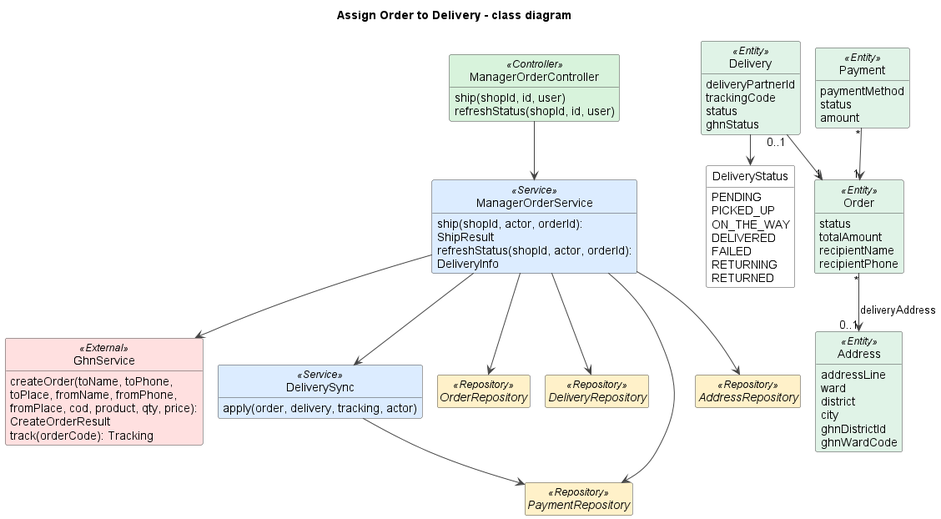
The PlantUML diagram docs/diagrams/06-assign-order-to-delivery-class.png in duckpao/FlowerShop_SWP391, before a commit. Source of this version:
```plantuml
@startuml
!pragma layout smetana
title Assign Order to Delivery - class diagram
skinparam shadowing false
skinparam defaultFontName Arial
skinparam wrapWidth 240
skinparam ArrowColor #444444
skinparam classAttributeIconSize 0
skinparam nodesep 45
skinparam ranksep 50
skinparam class {
  BackgroundColor #FFFFFF
  BorderColor #444444
  BackgroundColor<<View>> #EADCFF
  BackgroundColor<<Controller>> #D8F3DC
  BackgroundColor<<Service>> #DCECFF
  BackgroundColor<<Repository>> #FFF1C9
  BackgroundColor<<Entity>> #E0F3E7
  BackgroundColor<<External>> #FFE0E0
}
hide empty members
hide circle

class ManagerOrderController <<Controller>> {
  ship(shopId, id, user)
  refreshStatus(shopId, id, user)
}
class ManagerOrderService <<Service>> {
  ship(shopId, actor, orderId): ShipResult
  refreshStatus(shopId, actor, orderId): DeliveryInfo
}
class GhnService <<External>> {
  createOrder(toName, toPhone, toPlace, fromName, fromPhone, fromPlace, cod, product, qty, price): CreateOrderResult
  track(orderCode): Tracking
}
class DeliverySync <<Service>> {
  apply(order, delivery, tracking, actor)
}
interface OrderRepository <<Repository>>
interface DeliveryRepository <<Repository>>
interface PaymentRepository <<Repository>>
interface AddressRepository <<Repository>>
class Order <<Entity>> {
  status
  totalAmount
  recipientName
  recipientPhone
}
class Delivery <<Entity>> {
  deliveryPartnerId
  trackingCode
  status
  ghnStatus
}
class Payment <<Entity>> {
  paymentMethod
  status
  amount
}
class Address <<Entity>> {
  addressLine
  ward
  district
  city
  ghnDistrictId
  ghnWardCode
}
enum DeliveryStatus {
  PENDING
  PICKED_UP
  ON_THE_WAY
  DELIVERED
  FAILED
  RETURNING
  RETURNED
}

ManagerOrderController --> ManagerOrderService
ManagerOrderService --> GhnService
ManagerOrderService --> DeliverySync
ManagerOrderService --> OrderRepository
ManagerOrderService --> DeliveryRepository
ManagerOrderService --> PaymentRepository
ManagerOrderService --> AddressRepository
DeliverySync --> PaymentRepository
Delivery "0..1" --> "1" Order
Payment "*" --> "1" Order
Order "*" --> "0..1" Address : deliveryAddress
Delivery --> DeliveryStatus

@enduml
```
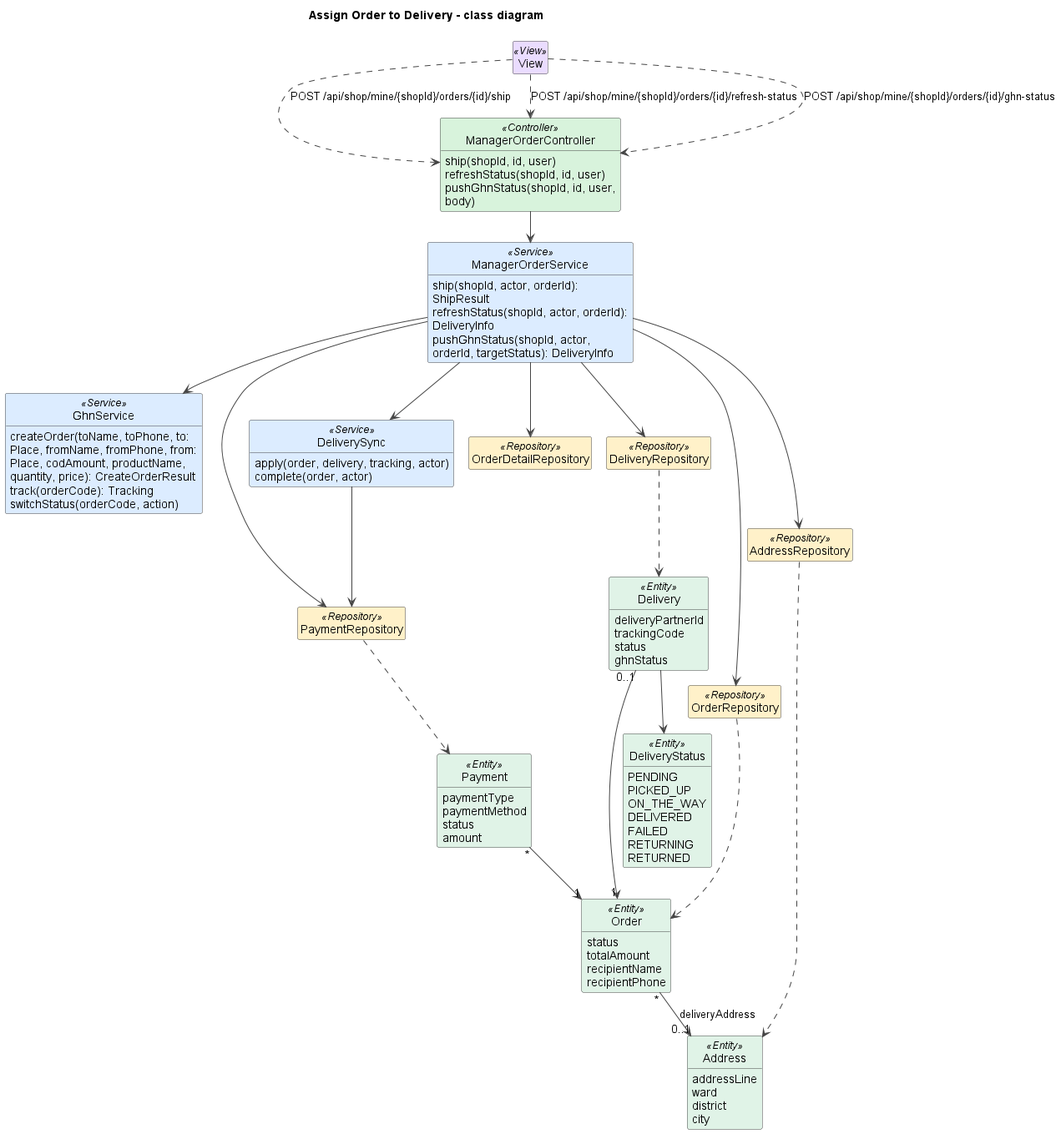
After the change.

The edit, as a diff of the source:
```diff
@@ -1,6 +1,6 @@
 @startuml
+title Assign Order to Delivery - class diagram
 !pragma layout smetana
-title Assign Order to Delivery - class diagram
 skinparam shadowing false
 skinparam defaultFontName Arial
 skinparam wrapWidth 240
@@ -16,30 +16,39 @@
   BackgroundColor<<Service>> #DCECFF
   BackgroundColor<<Repository>> #FFF1C9
   BackgroundColor<<Entity>> #E0F3E7
+  BackgroundColor<<DTO>> #FCE7F3
+  BackgroundColor<<Scheduler>> #FFE8CC
   BackgroundColor<<External>> #FFE0E0
 }
 hide empty members
 hide circle
 
+class View <<View>>
+
 class ManagerOrderController <<Controller>> {
   ship(shopId, id, user)
   refreshStatus(shopId, id, user)
+  pushGhnStatus(shopId, id, user, body)
 }
 class ManagerOrderService <<Service>> {
   ship(shopId, actor, orderId): ShipResult
   refreshStatus(shopId, actor, orderId): DeliveryInfo
+  pushGhnStatus(shopId, actor, orderId, targetStatus): DeliveryInfo
 }
-class GhnService <<External>> {
-  createOrder(toName, toPhone, toPlace, fromName, fromPhone, fromPlace, cod, product, qty, price): CreateOrderResult
+class GhnService <<Service>> {
+  createOrder(toName, toPhone, to: Place, fromName, fromPhone, from: Place, codAmount, productName, quantity, price): CreateOrderResult
   track(orderCode): Tracking
+  switchStatus(orderCode, action)
 }
 class DeliverySync <<Service>> {
   apply(order, delivery, tracking, actor)
+  complete(order, actor)
 }
-interface OrderRepository <<Repository>>
-interface DeliveryRepository <<Repository>>
-interface PaymentRepository <<Repository>>
-interface AddressRepository <<Repository>>
+class OrderRepository <<Repository>>
+class OrderDetailRepository <<Repository>>
+class DeliveryRepository <<Repository>>
+class PaymentRepository <<Repository>>
+class AddressRepository <<Repository>>
 class Order <<Entity>> {
   status
   totalAmount
@@ -53,6 +62,7 @@
   ghnStatus
 }
 class Payment <<Entity>> {
+  paymentType
   paymentMethod
   status
   amount
@@ -62,10 +72,8 @@
   ward
   district
   city
-  ghnDistrictId
-  ghnWardCode
 }
-enum DeliveryStatus {
+enum DeliveryStatus <<Entity>> {
   PENDING
   PICKED_UP
   ON_THE_WAY
@@ -75,14 +83,22 @@
   RETURNED
 }
 
+View ..> ManagerOrderController : POST /api/shop/mine/{shopId}/orders/{id}/ship
+View ..> ManagerOrderController : POST /api/shop/mine/{shopId}/orders/{id}/refresh-status
+View ..> ManagerOrderController : POST /api/shop/mine/{shopId}/orders/{id}/ghn-status
 ManagerOrderController --> ManagerOrderService
 ManagerOrderService --> GhnService
 ManagerOrderService --> DeliverySync
 ManagerOrderService --> OrderRepository
+ManagerOrderService --> OrderDetailRepository
 ManagerOrderService --> DeliveryRepository
 ManagerOrderService --> PaymentRepository
 ManagerOrderService --> AddressRepository
 DeliverySync --> PaymentRepository
+OrderRepository ..> Order
+DeliveryRepository ..> Delivery
+PaymentRepository ..> Payment
+AddressRepository ..> Address
 Delivery "0..1" --> "1" Order
 Payment "*" --> "1" Order
 Order "*" --> "0..1" Address : deliveryAddress
```
